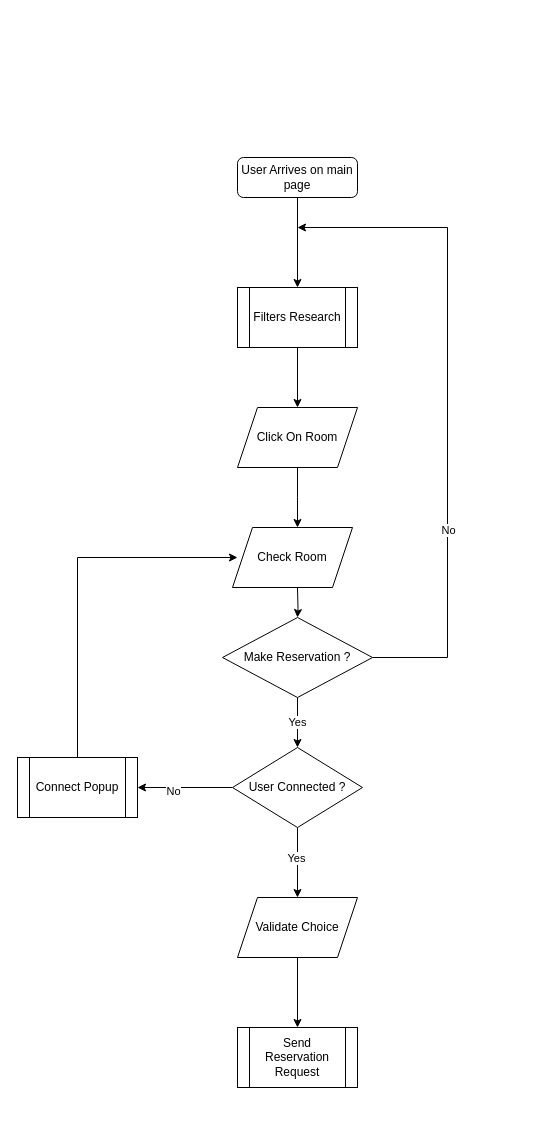
Earlier version of the draw.io diagram prodDocs/Algoritme/Main_Algo.drawio (Conchero/ecf-back). Source tidied: cells renumbered, new cells numbered last; positions are measured from the earlier drawing's top-left corner, leaving out a move shared by most shapes. Both pictures are drawn from the tidied source at 100%, with x=0, y=0 at pixel (17, 157).
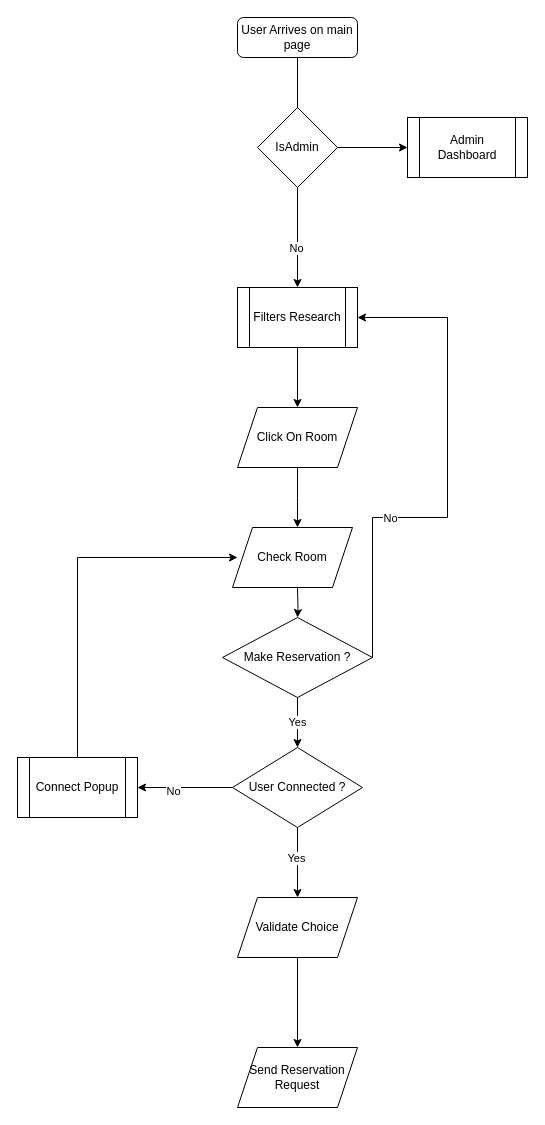
The same diagram, later.

Commit message:
Mettre à jour Main_Algo.drawio

Unchanged cells that the change refers to:
```xml
<mxCell id="2" style="edgeStyle=orthogonalEdgeStyle;rounded=0;jettySize=auto;html=1;" parent="1" edge="1" source="3" target="5">
  <mxGeometry relative="1" as="geometry" />
</mxCell>
<mxCell id="5" value="Filters Research" style="shape=process;whiteSpace=wrap;html=1;backgroundOutline=1;" parent="1" vertex="1">
  <mxGeometry x="220" y="130" width="120" height="60" as="geometry" />
</mxCell>
<mxCell id="13" value="Make Reservation ?" style="rhombus;whiteSpace=wrap;html=1;" parent="1" vertex="1">
  <mxGeometry x="205" y="460" width="150" height="80" as="geometry" />
</mxCell>
<mxCell id="22" value="Validate Choice" style="shape=parallelogram;perimeter=parallelogramPerimeter;whiteSpace=wrap;html=1;fixedSize=1;" parent="1" vertex="1">
  <mxGeometry x="220" y="740" width="120" height="60" as="geometry" />
</mxCell>
```

What changed in the source:
```diff
@@
+    <mxCell id="25" value="No" style="edgeLabel;html=1;align=center;verticalAlign=middle;" parent="2" vertex="1">
+      <mxGeometry x="0.65" y="-2" relative="1" as="geometry" />
+    </mxCell>
     <mxCell id="3" value="User Arrives on main page" style="rounded=1;whiteSpace=wrap;html=1;fontSize=12;glass=0;strokeWidth=1;shadow=0;" parent="1" vertex="1">
-      <mxGeometry x="220" width="120" height="40" as="geometry" />
+      <mxGeometry x="220" y="-140" width="120" height="40" as="geometry" />
     </mxCell>
@@
-    <mxCell id="9" style="edgeStyle=orthogonalEdgeStyle;rounded=0;jettySize=auto;html=1;exitX=1;exitY=0.5;exitDx=0;exitDy=0;" parent="1" edge="1" source="13">
+    <mxCell id="9" style="edgeStyle=orthogonalEdgeStyle;rounded=0;jettySize=auto;html=1;exitX=1;exitY=0.5;exitDx=0;exitDy=0;entryX=1;entryY=0.5;entryDx=0;entryDy=0;" parent="1" edge="1" source="13" target="5">
       <mxGeometry relative="1" as="geometry">
-        <mxPoint x="280" y="70" as="targetPoint" />
         <Array as="points">
-          <mxPoint x="430" y="500" />
-          <mxPoint x="430" y="70" />
+          <mxPoint x="355" y="360" />
+          <mxPoint x="430" y="360" />
+          <mxPoint x="430" y="160" />
         </Array>
       </mxGeometry>
     </mxCell>
@@
-    <mxCell id="21" style="edgeStyle=orthogonalEdgeStyle;rounded=0;jettySize=auto;html=1;" parent="1" edge="1" source="22" target="23">
+    <mxCell id="21" style="edgeStyle=orthogonalEdgeStyle;rounded=0;jettySize=auto;html=1;entryX=0.5;entryY=0;entryDx=0;entryDy=0;" parent="1" edge="1" source="22" target="23">
       <mxGeometry relative="1" as="geometry" />
     </mxCell>
@@
+    <mxCell id="24" value="Check Room" style="shape=parallelogram;perimeter=parallelogramPerimeter;whiteSpace=wrap;html=1;fixedSize=1;" parent="1" vertex="1">
+      <mxGeometry x="215" y="370" width="120" height="60" as="geometry" />
+    </mxCell>
-    <mxCell id="23" value="Send Reservation Request" style="shape=process;whiteSpace=wrap;html=1;backgroundOutline=1;" parent="1" vertex="1">
-      <mxGeometry x="220" y="870" width="120" height="60" as="geometry" />
+    <mxCell id="23" value="Send Reservation Request" style="shape=parallelogram;perimeter=parallelogramPerimeter;whiteSpace=wrap;html=1;fixedSize=1;" parent="1" vertex="1">
+      <mxGeometry x="220" y="890" width="120" height="60" as="geometry" />
     </mxCell>
-    <mxCell id="24" value="Check Room" style="shape=parallelogram;perimeter=parallelogramPerimeter;whiteSpace=wrap;html=1;fixedSize=1;" parent="1" vertex="1">
-      <mxGeometry x="215" y="370" width="120" height="60" as="geometry" />
-    </mxCell>
+    <mxCell id="26" style="edgeStyle=orthogonalEdgeStyle;rounded=0;jettySize=auto;html=1;entryX=0;entryY=0.5;entryDx=0;entryDy=0;" parent="1" edge="1" source="27" target="28">
+      <mxGeometry relative="1" as="geometry" />
+    </mxCell>
+    <mxCell id="27" value="IsAdmin" style="rhombus;whiteSpace=wrap;html=1;" parent="1" vertex="1">
+      <mxGeometry x="240" y="-50" width="80" height="80" as="geometry" />
+    </mxCell>
+    <mxCell id="28" value="Admin Dashboard" style="shape=process;whiteSpace=wrap;html=1;backgroundOutline=1;" parent="1" vertex="1">
+      <mxGeometry x="390" y="-40" width="120" height="60" as="geometry" />
+    </mxCell>
```
